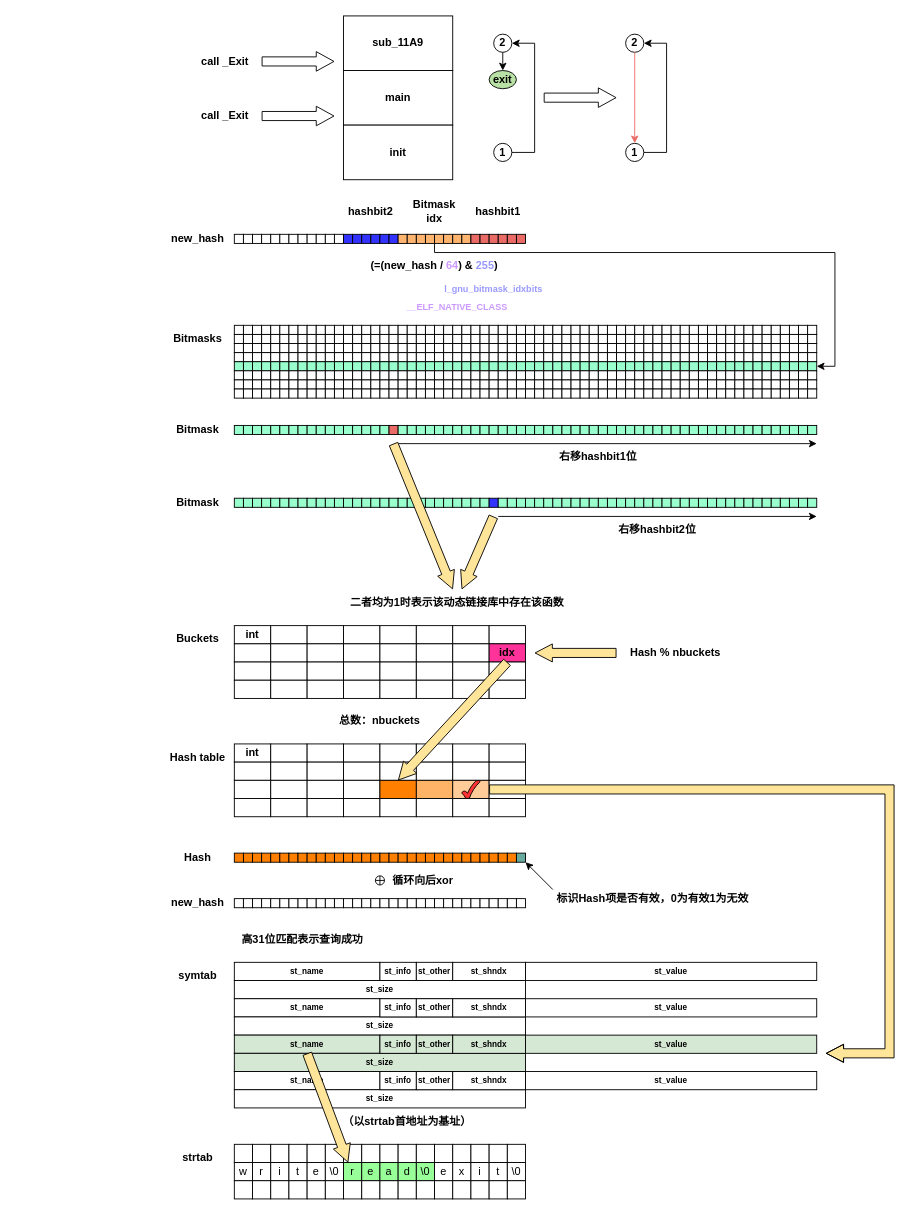
Hornos3/Hornos3.github.io keeps this draw.io diagram as 2024/08/19/2024-巅峰极客-easyblind-分析-1/script.drawio. Above is the earlier version. Source tidied: cells renumbered, new cells numbered last; positions are measured from the earlier drawing's top-left corner, leaving out a move shared by most shapes. Both pictures are drawn from the tidied source at 91%, with x=0, y=0 at pixel (161, 15).
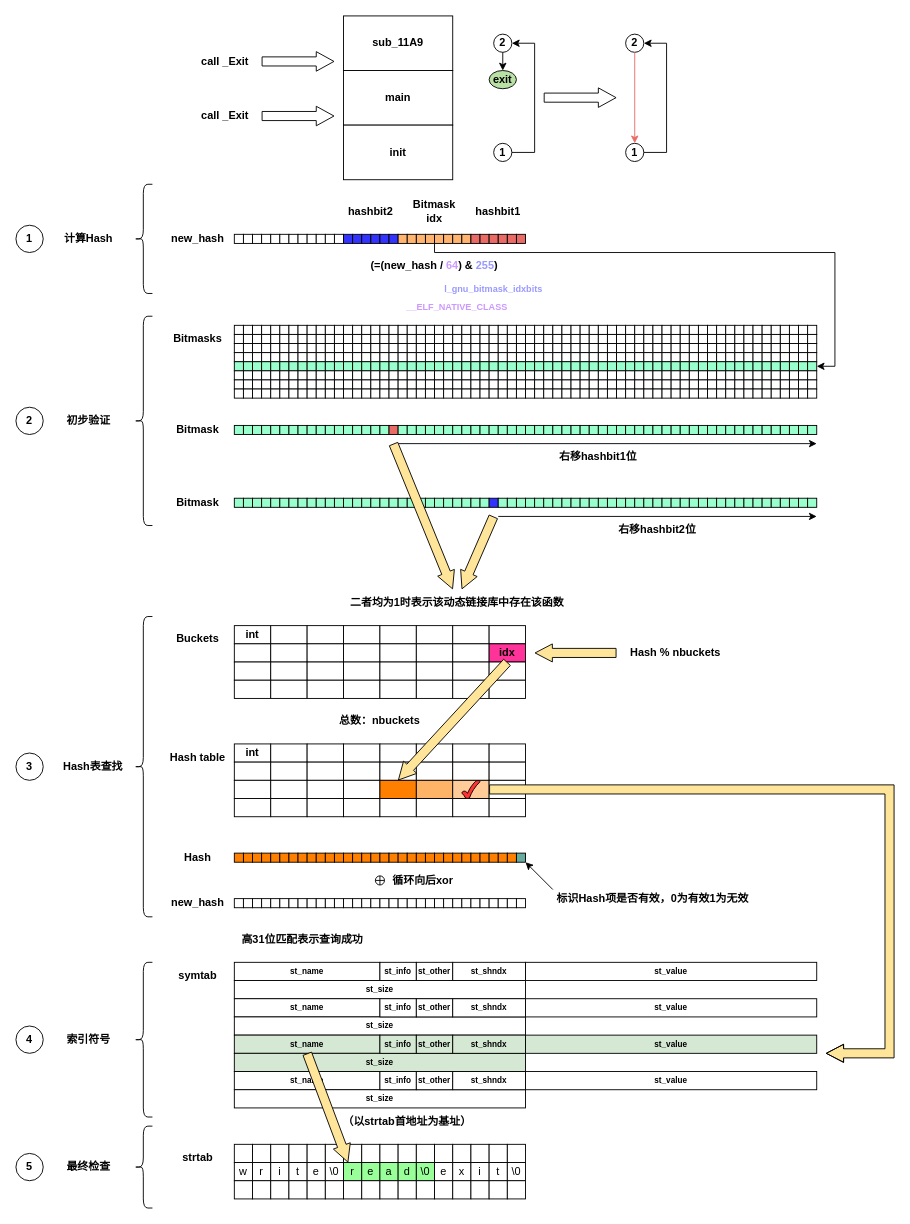
Above is the later version.

The edit, as a diff of the source:
```diff
@@
+    <mxCell id="928" value="1" style="ellipse;whiteSpace=wrap;html=1;fontFamily=寒蝉圆黑体;fontStyle=1;" parent="1" vertex="1">
+      <mxGeometry x="-160" y="230" width="30" height="30" as="geometry" />
+    </mxCell>
+    <mxCell id="929" value="计算Hash" style="text;html=1;align=center;verticalAlign=middle;whiteSpace=wrap;rounded=0;fontFamily=寒蝉圆黑体;fontStyle=1;" parent="1" vertex="1">
+      <mxGeometry x="-110" y="230" width="60" height="30" as="geometry" />
+    </mxCell>
+    <mxCell id="930" value="2" style="ellipse;whiteSpace=wrap;html=1;fontFamily=寒蝉圆黑体;fontStyle=1;" parent="1" vertex="1">
+      <mxGeometry x="-160" y="430" width="30" height="30" as="geometry" />
+    </mxCell>
+    <mxCell id="931" value="初步验证" style="text;html=1;align=center;verticalAlign=middle;whiteSpace=wrap;rounded=0;fontFamily=寒蝉圆黑体;fontStyle=1;" parent="1" vertex="1">
+      <mxGeometry x="-110" y="430" width="60" height="30" as="geometry" />
+    </mxCell>
+    <mxCell id="932" value="3" style="ellipse;whiteSpace=wrap;html=1;fontFamily=寒蝉圆黑体;fontStyle=1;" parent="1" vertex="1">
+      <mxGeometry x="-160" y="810" width="30" height="30" as="geometry" />
+    </mxCell>
+    <mxCell id="933" value="Hash表查找" style="text;html=1;align=center;verticalAlign=middle;whiteSpace=wrap;rounded=0;fontFamily=寒蝉圆黑体;fontStyle=1;" parent="1" vertex="1">
+      <mxGeometry x="-110" y="810" width="70" height="30" as="geometry" />
+    </mxCell>
+    <mxCell id="934" value="4" style="ellipse;whiteSpace=wrap;html=1;fontFamily=寒蝉圆黑体;fontStyle=1;" parent="1" vertex="1">
+      <mxGeometry x="-160" y="1110" width="30" height="30" as="geometry" />
+    </mxCell>
+    <mxCell id="935" value="索引符号" style="text;html=1;align=center;verticalAlign=middle;whiteSpace=wrap;rounded=0;fontFamily=寒蝉圆黑体;fontStyle=1;" parent="1" vertex="1">
+      <mxGeometry x="-110" y="1110" width="60" height="30" as="geometry" />
+    </mxCell>
+    <mxCell id="936" value="5" style="ellipse;whiteSpace=wrap;html=1;fontFamily=寒蝉圆黑体;fontStyle=1;" parent="1" vertex="1">
+      <mxGeometry x="-160" y="1250" width="30" height="30" as="geometry" />
+    </mxCell>
+    <mxCell id="937" value="最终检查" style="text;html=1;align=center;verticalAlign=middle;whiteSpace=wrap;rounded=0;fontFamily=寒蝉圆黑体;fontStyle=1;" parent="1" vertex="1">
+      <mxGeometry x="-110" y="1250" width="60" height="30" as="geometry" />
+    </mxCell>
+    <mxCell id="938" style="shape=curlyBracket;whiteSpace=wrap;html=1;rounded=1;labelPosition=left;verticalLabelPosition=middle;align=right;verticalAlign=middle;" parent="1" vertex="1">
+      <mxGeometry x="-30" y="185" width="20" height="120" as="geometry" />
+    </mxCell>
+    <mxCell id="939" style="shape=curlyBracket;whiteSpace=wrap;html=1;rounded=1;labelPosition=left;verticalLabelPosition=middle;align=right;verticalAlign=middle;" parent="1" vertex="1">
+      <mxGeometry x="-30" y="330" width="20" height="230" as="geometry" />
+    </mxCell>
+    <mxCell id="940" style="shape=curlyBracket;whiteSpace=wrap;html=1;rounded=1;labelPosition=left;verticalLabelPosition=middle;align=right;verticalAlign=middle;" parent="1" vertex="1">
+      <mxGeometry x="-30" y="660" width="20" height="330" as="geometry" />
+    </mxCell>
+    <mxCell id="941" style="shape=curlyBracket;whiteSpace=wrap;html=1;rounded=1;labelPosition=left;verticalLabelPosition=middle;align=right;verticalAlign=middle;" parent="1" vertex="1">
+      <mxGeometry x="-30" y="1040" width="20" height="170" as="geometry" />
+    </mxCell>
+    <mxCell id="942" style="shape=curlyBracket;whiteSpace=wrap;html=1;rounded=1;labelPosition=left;verticalLabelPosition=middle;align=right;verticalAlign=middle;" parent="1" vertex="1">
+      <mxGeometry x="-30" y="1220" width="20" height="90" as="geometry" />
+    </mxCell>
```
